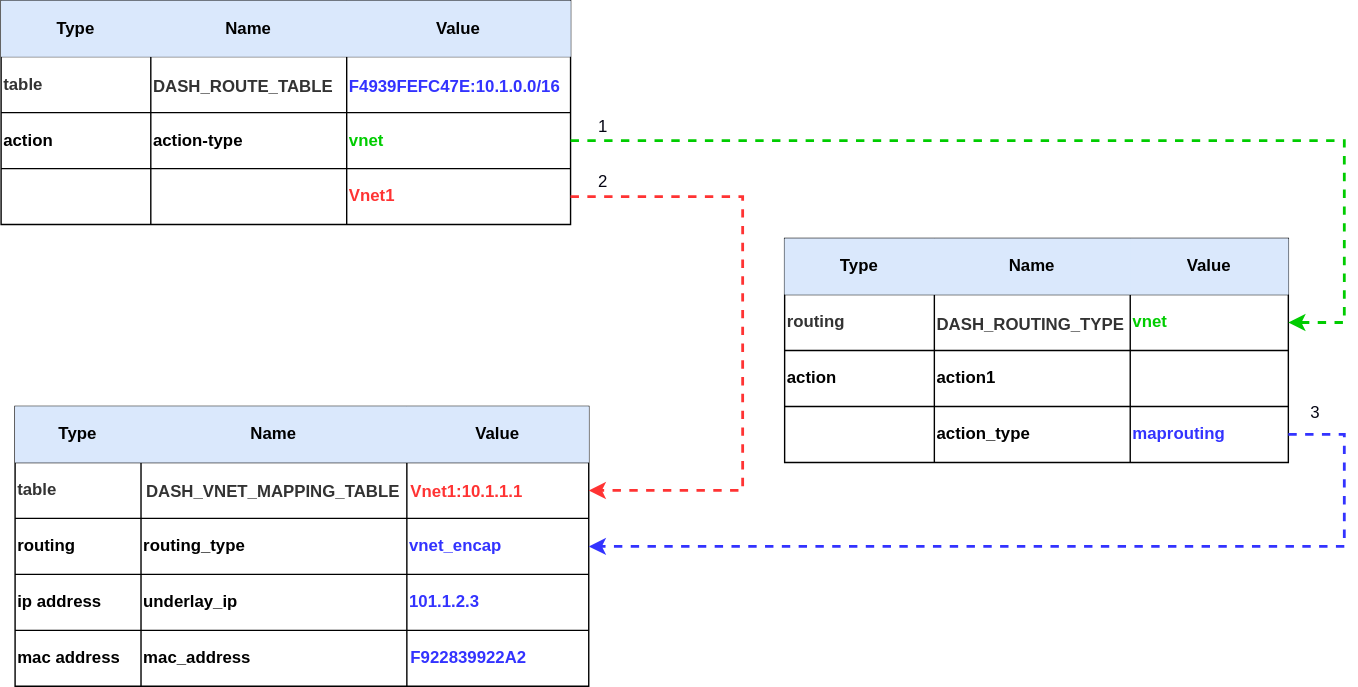
Above: documentation/vnet2vnet-service/design/images/packet-processing-pipeline-flow-example.svg in sonic-net/DASH (draw.io), before the change. Source tidied: cells renumbered, new cells last; positions are measured from the earlier drawing's top-left corner, leaving out a move shared by most shapes.
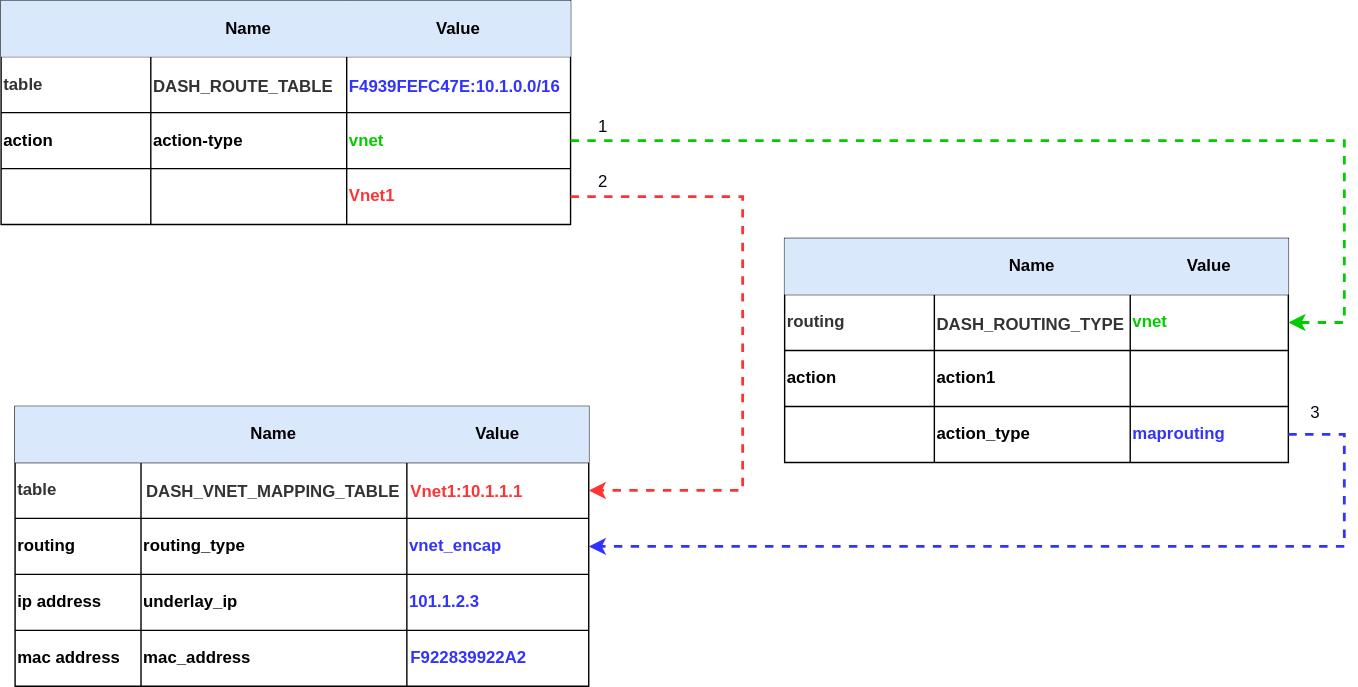
The same diagram one commit later.

Change to the diagram source:
```diff
@@ -8,7 +8,7 @@
     <mxCell id="3" style="shape=tableRow;horizontal=0;startSize=0;swimlaneHead=0;swimlaneBody=0;top=0;left=0;bottom=0;right=0;fillColor=#dae8fc;align=center;fontStyle=1;strokeColor=#6c8ebf;" parent="2" vertex="1">
       <mxGeometry width="407" height="40" as="geometry" />
     </mxCell>
-    <mxCell id="4" value="Type" style="shape=partialRectangle;html=1;whiteSpace=wrap;overflow=hidden;fillColor=#dae8fc;top=0;left=0;bottom=0;right=0;align=center;fontStyle=1;strokeColor=#6c8ebf;" parent="3" vertex="1">
+    <mxCell id="4" style="shape=partialRectangle;html=1;whiteSpace=wrap;overflow=hidden;fillColor=#dae8fc;top=0;left=0;bottom=0;right=0;align=center;fontStyle=1;strokeColor=#6c8ebf;" parent="3" vertex="1">
       <mxGeometry width="107" height="40" as="geometry" />
     </mxCell>
     <mxCell id="5" value="Name" style="shape=partialRectangle;html=1;whiteSpace=wrap;overflow=hidden;fillColor=#dae8fc;top=0;left=0;bottom=0;right=0;align=center;fontStyle=1;strokeColor=#6c8ebf;" parent="3" vertex="1">
@@ -65,7 +65,7 @@
     <mxCell id="22" style="shape=tableRow;horizontal=0;startSize=0;swimlaneHead=0;swimlaneBody=0;top=0;left=0;bottom=0;right=0;fillColor=#dae8fc;align=center;fontStyle=1;strokeColor=#6c8ebf;" parent="21" vertex="1">
       <mxGeometry width="410" height="40" as="geometry" />
     </mxCell>
-    <mxCell id="23" value="Type" style="shape=partialRectangle;html=1;whiteSpace=wrap;overflow=hidden;fillColor=#dae8fc;top=0;left=0;bottom=0;right=0;align=center;fontStyle=1;strokeColor=#6c8ebf;" parent="22" vertex="1">
+    <mxCell id="23" style="shape=partialRectangle;html=1;whiteSpace=wrap;overflow=hidden;fillColor=#dae8fc;top=0;left=0;bottom=0;right=0;align=center;fontStyle=1;strokeColor=#6c8ebf;" parent="22" vertex="1">
       <mxGeometry width="90" height="40" as="geometry" />
     </mxCell>
     <mxCell id="24" value="Name" style="shape=partialRectangle;html=1;whiteSpace=wrap;overflow=hidden;fillColor=#dae8fc;top=0;left=0;bottom=0;right=0;align=center;fontStyle=1;strokeColor=#6c8ebf;" parent="22" vertex="1">
@@ -137,7 +137,7 @@
     <mxCell id="46" style="shape=tableRow;horizontal=0;startSize=0;swimlaneHead=0;swimlaneBody=0;top=0;left=0;bottom=0;right=0;fillColor=#dae8fc;align=center;fontStyle=1;strokeColor=#6c8ebf;" parent="45" vertex="1">
       <mxGeometry width="360" height="40" as="geometry" />
     </mxCell>
-    <mxCell id="47" value="Type" style="shape=partialRectangle;html=1;whiteSpace=wrap;overflow=hidden;fillColor=#dae8fc;top=0;left=0;bottom=0;right=0;align=center;fontStyle=1;strokeColor=#6c8ebf;" parent="46" vertex="1">
+    <mxCell id="47" style="shape=partialRectangle;html=1;whiteSpace=wrap;overflow=hidden;fillColor=#dae8fc;top=0;left=0;bottom=0;right=0;align=center;fontStyle=1;strokeColor=#6c8ebf;" parent="46" vertex="1">
       <mxGeometry width="107" height="40" as="geometry" />
     </mxCell>
     <mxCell id="48" value="Name" style="shape=partialRectangle;html=1;whiteSpace=wrap;overflow=hidden;fillColor=#dae8fc;top=0;left=0;bottom=0;right=0;align=center;fontStyle=1;strokeColor=#6c8ebf;" parent="46" vertex="1">
```
